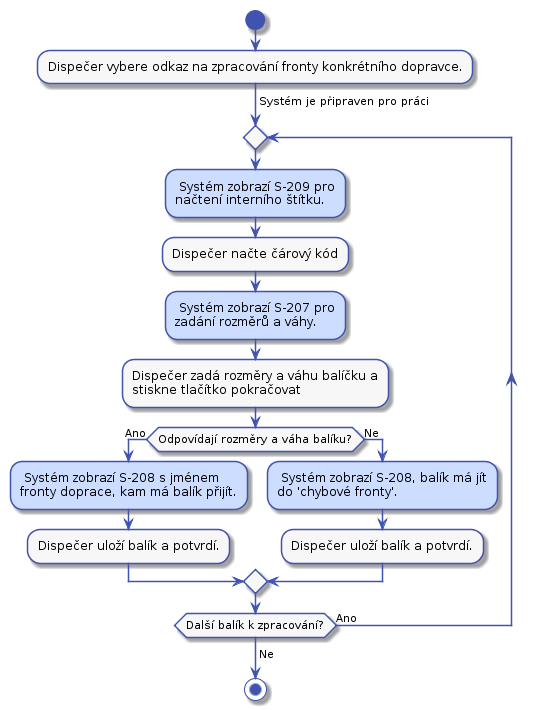
Earlier version of the PlantUML export docs/diagrams/out/uc-23-activity.png (Internet-Handel/postman).
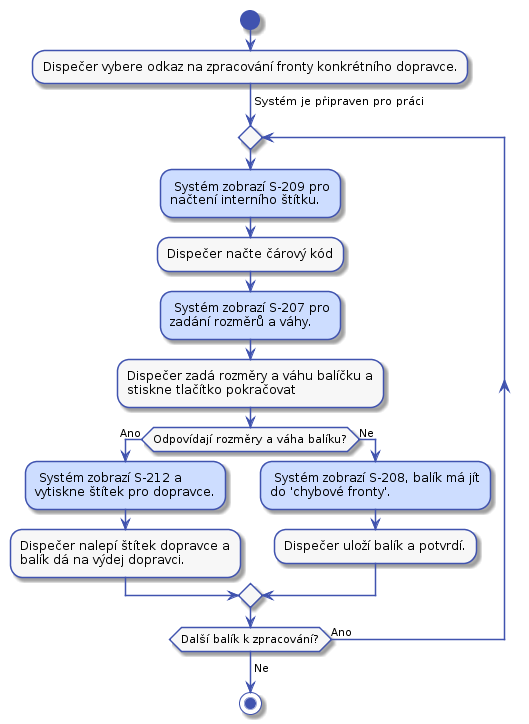
Later version of the same file.

Change to the diagram source:
```diff
@@ -68,9 +68,10 @@
     stiskne tlačítko pokračovat;
 
     if (Odpovídají rozměry a váha balíku?) then (Ano)
-        #CDDDFF: Systém zobrazí S-208 s jménem
-        fronty doprace, kam má balík přijít.;
-        :Dispečer uloží balík a potvrdí.;
+        #CDDDFF: Systém zobrazí S-212 a
+        vytiskne štítek pro dopravce.;
+        :Dispečer nalepí štítek dopravce a
+        balík dá na výdej dopravci.;
     else (Ne)
         #CDDDFF: Systém zobrazí S-208, balík má jít
         do 'chybové fronty'.;
```
